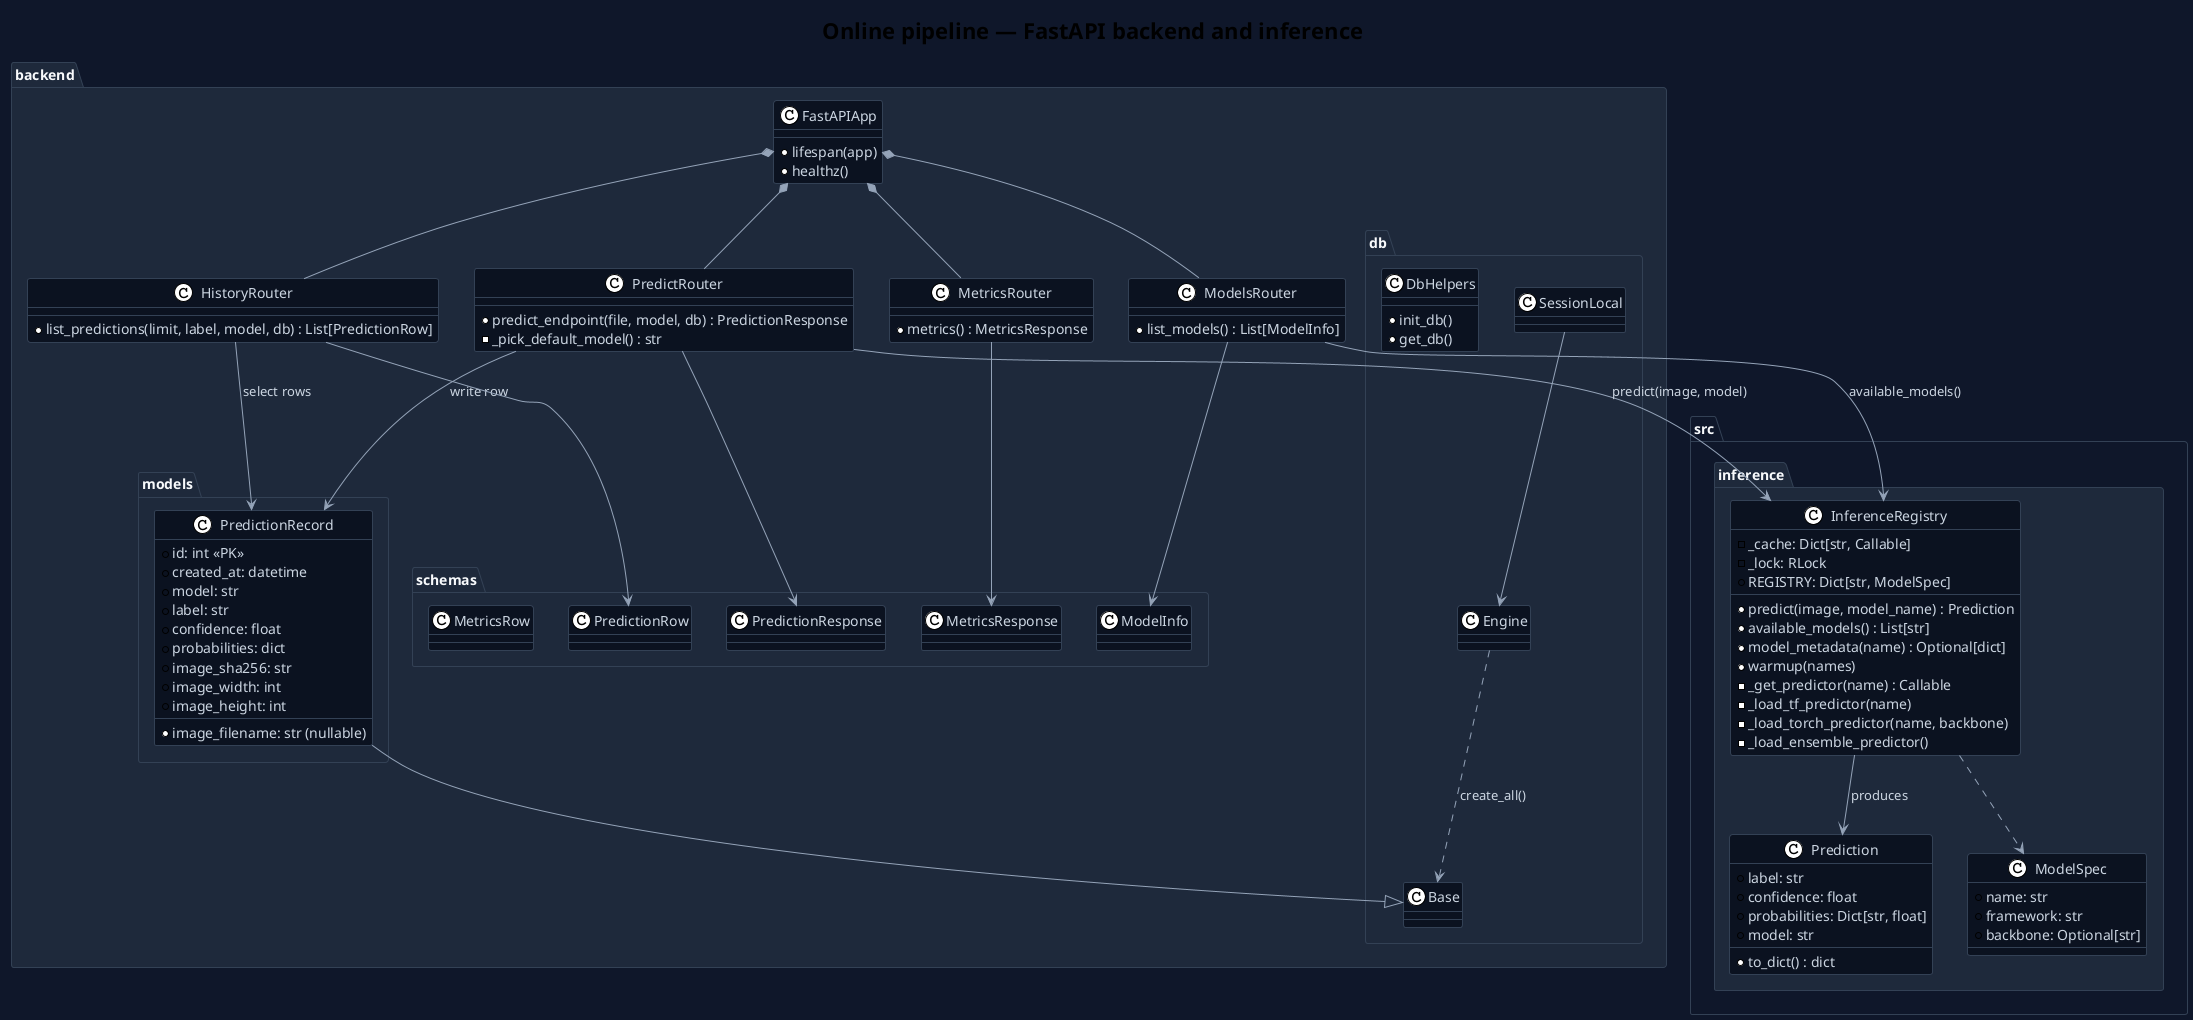
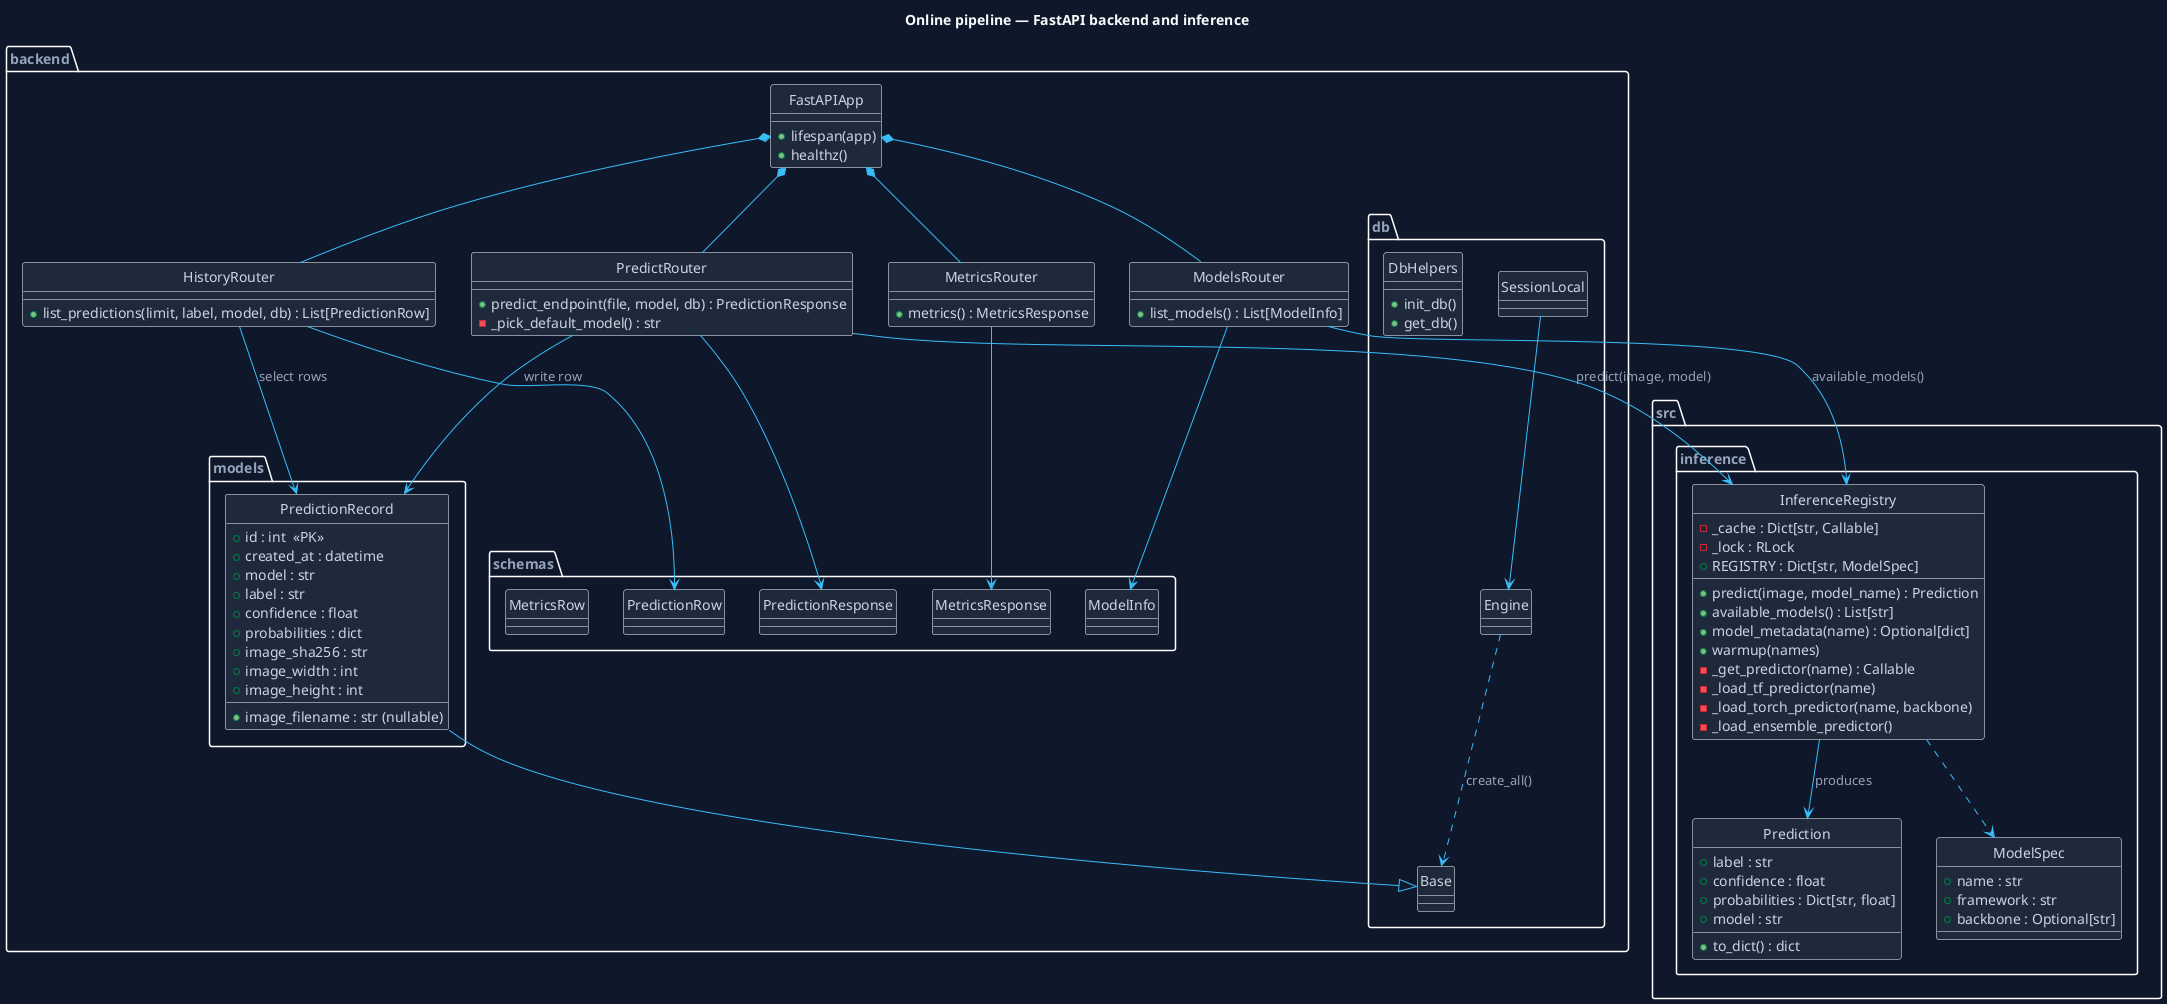
- @startuml
- !theme plain
+ @startuml 04_class_online
+ ' Figure 4 — Class Diagram (online pipeline: FastAPI + inference)
+ 
skinparam backgroundColor #0F172A
skinparam shadowing false
- skinparam classFontColor #F8FAFC
- skinparam classHeaderBackgroundColor #1E293B
- skinparam classBackgroundColor #0B1220
- skinparam classBorderColor #334155
- skinparam classAttributeFontColor #CBD5E1
- skinparam ArrowColor #94A3B8
- skinparam ArrowFontColor #CBD5E1
- skinparam packageBackgroundColor #0F172A
- skinparam packageBorderColor #334155
- skinparam packageFontColor #F8FAFC
+ skinparam defaultFontName "Fira Sans"
+ skinparam defaultFontColor #F8FAFC
+ 
+ skinparam class {
+   BorderColor rgba(148,163,184,0.30)
+   BackgroundColor #1E293B
+   ArrowColor #38BDF8
+   FontColor #F8FAFC
+   AttributeFontColor #CBD5E1
+   AttributeFontName "Fira Code"
+   StereotypeFontColor #38BDF8
+ }
+ skinparam noteFontColor #CBD5E1
+ skinparam noteFontName "Fira Code"
+ skinparam noteBackgroundColor #0B1220
+ skinparam noteBorderColor #38BDF8
+ skinparam packageFontColor #94A3B8
+ skinparam packageBorderColor rgba(148,163,184,0.18)
+ skinparam ArrowFontColor #94A3B8
+ skinparam ArrowFontName "Fira Code"
+ 
+ hide circle

title Online pipeline — FastAPI backend and inference

- package "backend" #1E293B {
+ package "backend" {
  class FastAPIApp {
    + lifespan(app)
    + healthz()
  }
  class PredictRouter {
    + predict_endpoint(file, model, db) : PredictionResponse
    - _pick_default_model() : str
  }
  class HistoryRouter {
    + list_predictions(limit, label, model, db) : List[PredictionRow]
  }
  class MetricsRouter {
    + metrics() : MetricsResponse
  }
  class ModelsRouter {
    + list_models() : List[ModelInfo]
  }
}

- package "backend.db" #1E293B {
+ package "backend.db" {
  class Engine
  class SessionLocal
  class Base
  class DbHelpers {
    + init_db()
    + get_db()
  }
}

- package "backend.models" #1E293B {
+ package "backend.models" {
  class PredictionRecord {
-     + id: int <<PK>>
-     + created_at: datetime
-     + model: str
-     + label: str
-     + confidence: float
-     + probabilities: dict
-     + image_sha256: str
-     + image_filename: str (nullable)
-     + image_width: int
-     + image_height: int
+     + id : int  <<PK>>
+     + created_at : datetime
+     + model : str
+     + label : str
+     + confidence : float
+     + probabilities : dict
+     + image_sha256 : str
+     + image_filename : str (nullable)
+     + image_width : int
+     + image_height : int
  }
}

- package "backend.schemas" #1E293B {
+ package "backend.schemas" {
  class PredictionResponse
  class PredictionRow
  class ModelInfo
  class MetricsResponse
  class MetricsRow
}

- package "src.inference" #1E293B {
+ package "src.inference" {
  class Prediction {
-     + label: str
-     + confidence: float
-     + probabilities: Dict[str, float]
-     + model: str
+     + label : str
+     + confidence : float
+     + probabilities : Dict[str, float]
+     + model : str
    + to_dict() : dict
  }
  class ModelSpec {
-     + name: str
-     + framework: str
-     + backbone: Optional[str]
+     + name : str
+     + framework : str
+     + backbone : Optional[str]
  }
  class InferenceRegistry {
-     - _cache: Dict[str, Callable]
-     - _lock: RLock
-     + REGISTRY: Dict[str, ModelSpec]
+     - _cache : Dict[str, Callable]
+     - _lock : RLock
+     + REGISTRY : Dict[str, ModelSpec]
    + predict(image, model_name) : Prediction
    + available_models() : List[str]
    + model_metadata(name) : Optional[dict]
    + warmup(names)
    - _get_predictor(name) : Callable
    - _load_tf_predictor(name)
    - _load_torch_predictor(name, backbone)
    - _load_ensemble_predictor()
  }
}

FastAPIApp *-- PredictRouter
FastAPIApp *-- HistoryRouter
FastAPIApp *-- MetricsRouter
FastAPIApp *-- ModelsRouter

PredictRouter --> InferenceRegistry : predict(image, model)
PredictRouter --> PredictionRecord : write row
PredictRouter --> PredictionResponse

HistoryRouter --> PredictionRecord : select rows
HistoryRouter --> PredictionRow

ModelsRouter --> InferenceRegistry : available_models()
ModelsRouter --> ModelInfo

MetricsRouter --> MetricsResponse

InferenceRegistry --> Prediction : produces
InferenceRegistry ..> ModelSpec

PredictionRecord --|> Base
Engine ..> Base : create_all()
SessionLocal --> Engine

@enduml
